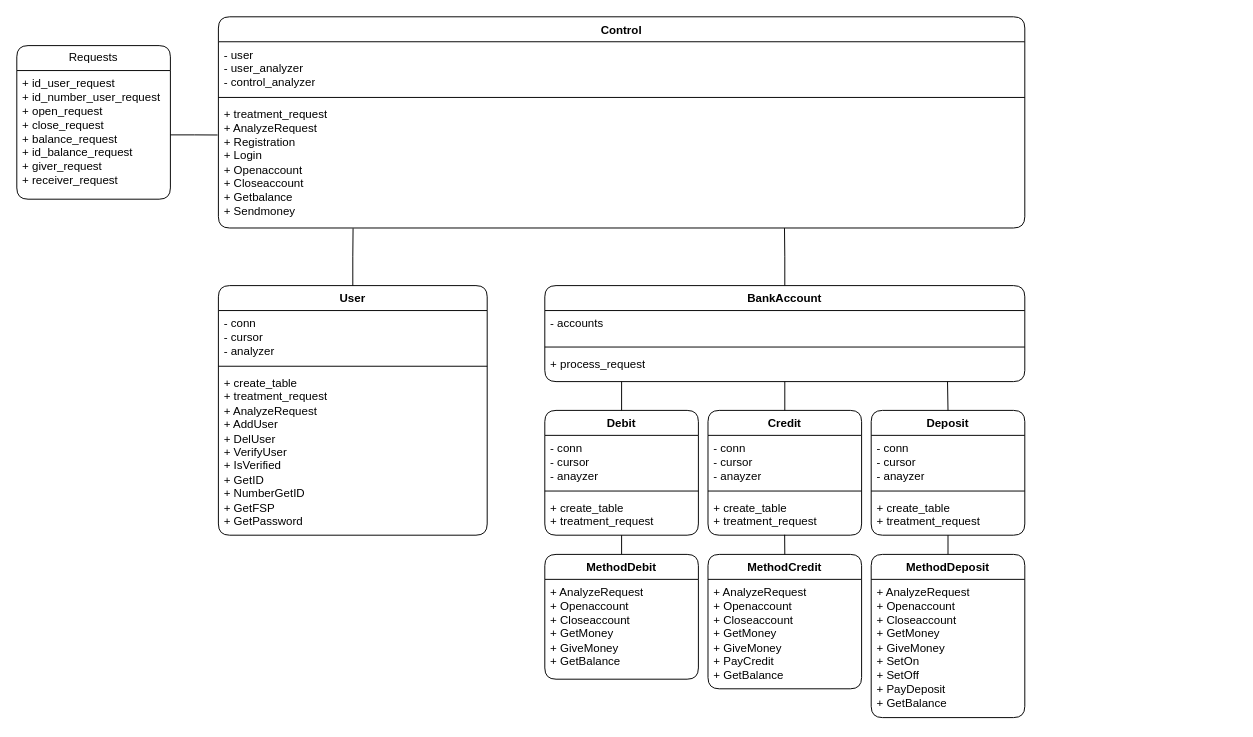
Quirence/QiwiBank keeps this draw.io diagram as UML.drawio. Above is the earlier version. Source tidied: cells renumbered, new cells numbered last; positions are measured from the earlier drawing's top-left corner, leaving out a move shared by most shapes. Both pictures are drawn from the tidied source at 96%, with x=0, y=0 at pixel (16, 16).
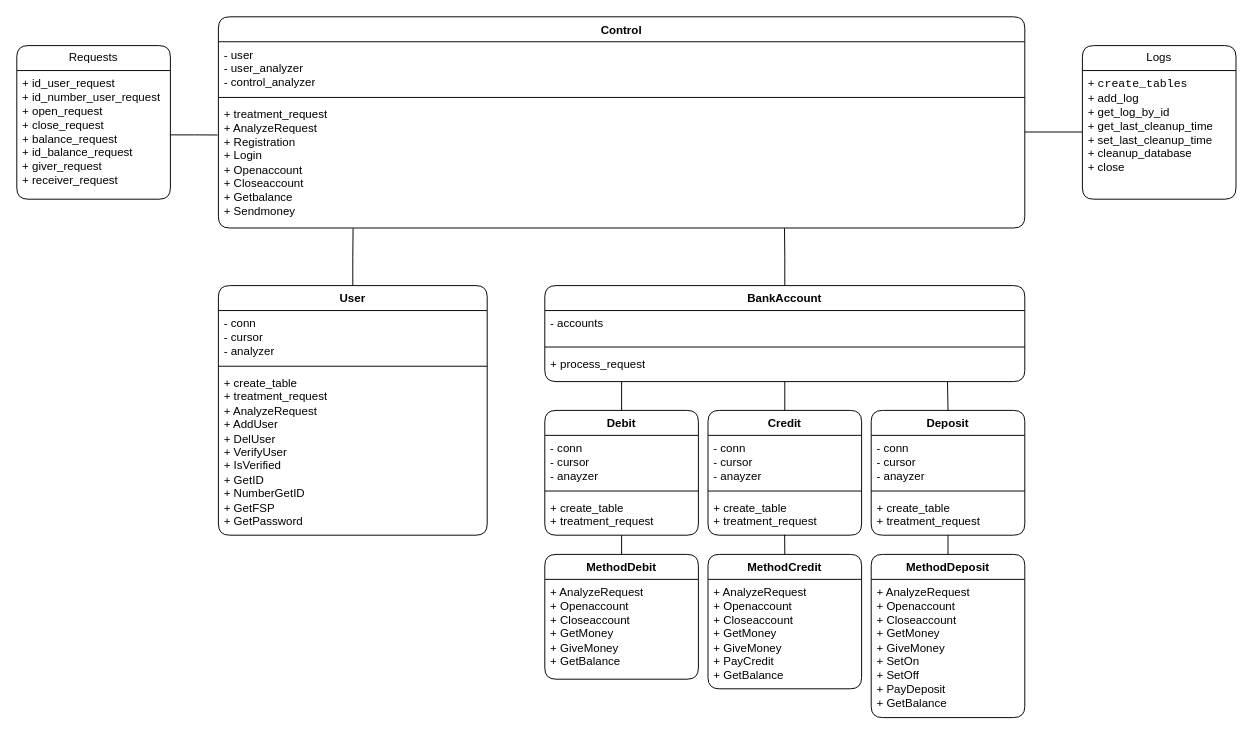
Above is the later version.

What changed in the source:
```diff
@@
+    <mxCell id="43" value="Logs" style="swimlane;fontStyle=0;horizontal=1;startSize=26;fillColor=none;whiteSpace=wrap;html=1;rounded=1;" parent="1" vertex="1">
+      <mxGeometry x="1110" y="30" width="160" height="160" as="geometry" />
+    </mxCell>
+    <mxCell id="44" value="+&amp;nbsp;&lt;span style=&quot;font-family: &amp;quot;JetBrains Mono&amp;quot;, monospace;&quot;&gt;create_tables&lt;/span&gt;&lt;div&gt;+ add_log&lt;/div&gt;&lt;div&gt;+ get_log_by_id&lt;/div&gt;&lt;div&gt;+ get_last_cleanup_time&lt;br&gt;+ set_last_cleanup_time&lt;br&gt;+ cleanup_database&lt;/div&gt;&lt;div&gt;+ close&lt;br&gt;&lt;/div&gt;" style="text;strokeColor=none;fillColor=none;align=left;verticalAlign=top;spacingLeft=4;spacingRight=4;overflow=hidden;whiteSpace=wrap;html=1;" parent="43" vertex="1">
+      <mxGeometry y="26" width="160" height="134" as="geometry" />
+    </mxCell>
+    <mxCell id="45" style="endArrow=none;html=1;rounded=0;" parent="1" edge="1">
+      <mxGeometry relative="1" as="geometry">
+        <mxPoint x="1050" y="120" as="sourcePoint" />
+        <mxPoint x="1110" y="120" as="targetPoint" />
+      </mxGeometry>
+    </mxCell>
```
